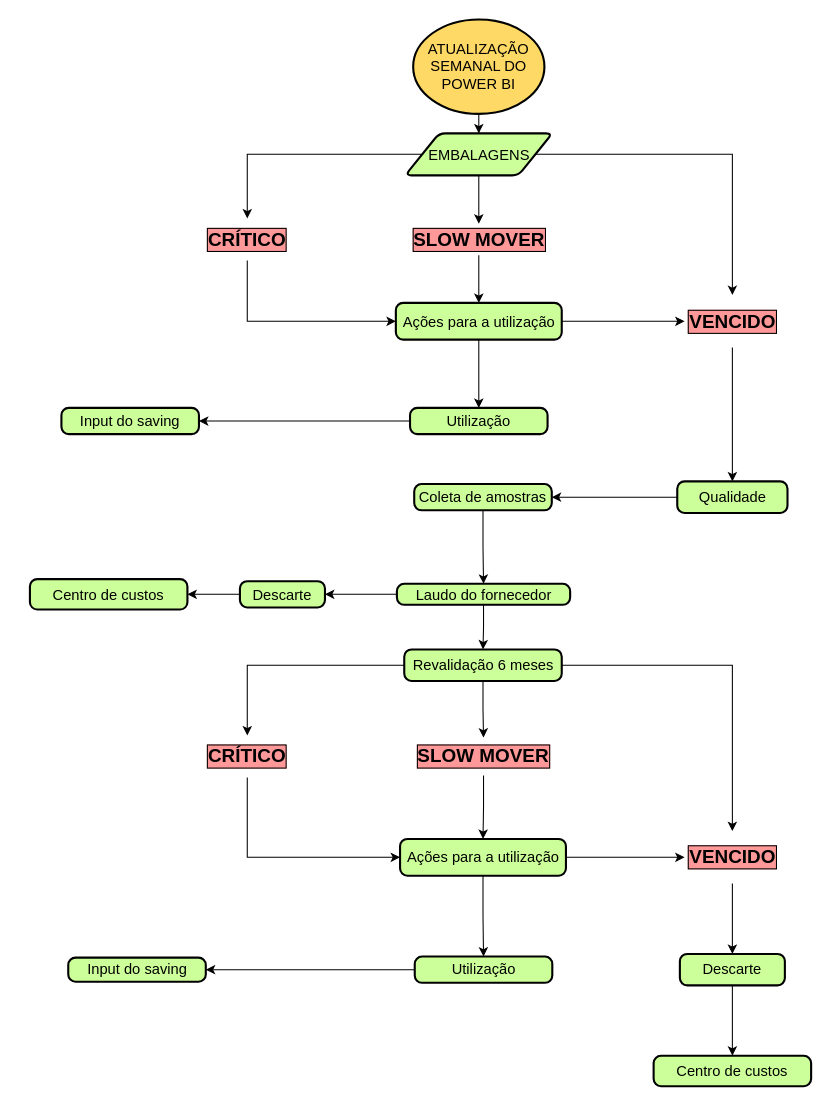
geovanafsantos/ascoisatudo keeps this draw.io diagram as page "Embalagens" (4 of 5) of Untitled Diagram.drawio. Above is the earlier version. Source tidied: cells renumbered, new cells numbered last; positions are measured from the earlier drawing's top-left corner, leaving out a move shared by most shapes. Both pictures are drawn from the tidied source at 105%, with x=0, y=0 at pixel (29, 19).
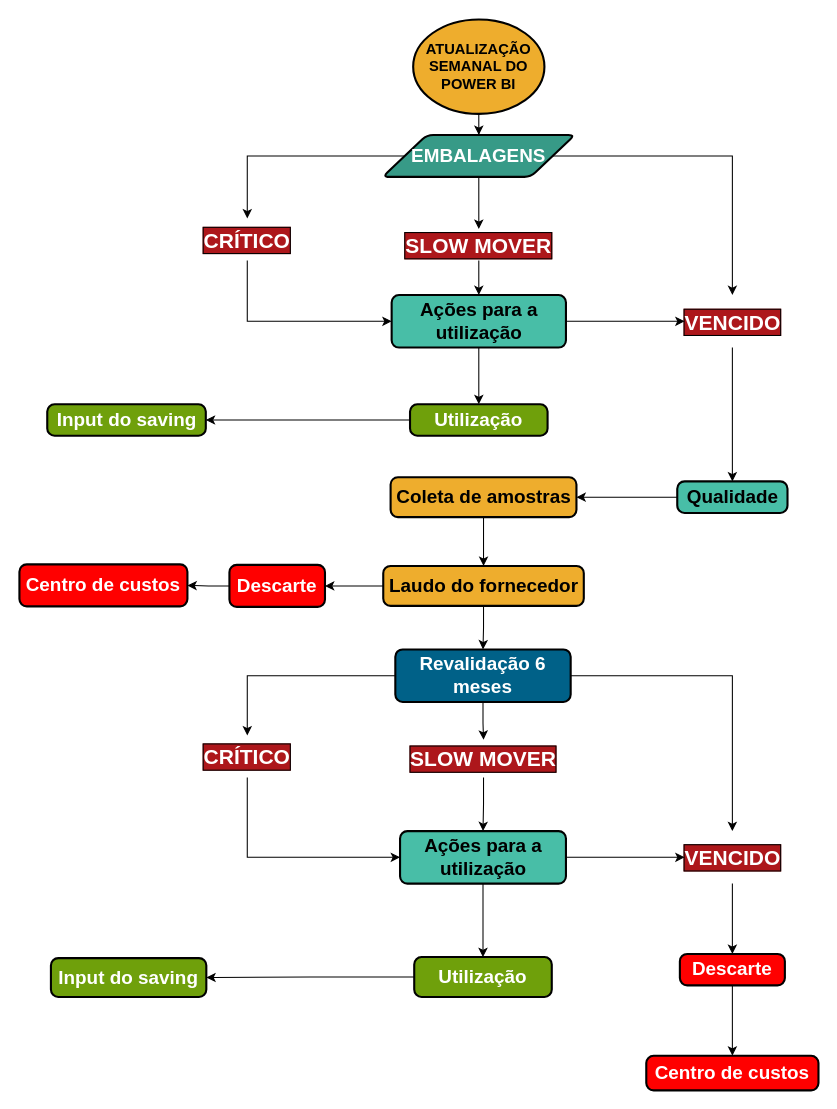
The same diagram, later.

What changed in the source:
```diff
@@
-    <mxCell id="3" value="&lt;font style=&quot;font-size: 14px&quot;&gt;ATUALIZAÇÃO SEMANAL DO POWER BI&lt;/font&gt;" style="strokeWidth=2;html=1;shape=mxgraph.flowchart.start_2;whiteSpace=wrap;fillColor=#FFD966;fontSize=14;" parent="1" vertex="1">
+    <mxCell id="3" value="&lt;font style=&quot;font-size: 14px&quot;&gt;ATUALIZAÇÃO SEMANAL DO POWER BI&lt;/font&gt;" style="strokeWidth=2;html=1;shape=mxgraph.flowchart.start_2;whiteSpace=wrap;fillColor=#EEAD2D;fontSize=14;fontStyle=1;" parent="1" vertex="1">
       <mxGeometry x="365" width="125" height="90" as="geometry" />
     </mxCell>
@@
-    <mxCell id="5" value="CRÍTICO" style="text;html=1;strokeColor=none;fillColor=none;align=center;verticalAlign=middle;whiteSpace=wrap;rounded=0;labelBackgroundColor=#FF9999;fontSize=18;labelBorderColor=#000000;fontStyle=1;" parent="1" vertex="1">
+    <mxCell id="5" value="CRÍTICO" style="text;html=1;strokeColor=none;fillColor=none;align=center;verticalAlign=middle;whiteSpace=wrap;rounded=0;labelBackgroundColor=#AD171B;fontSize=20;labelBorderColor=#000000;fontStyle=1;fontColor=#FFFFFF;" parent="1" vertex="1">
       <mxGeometry x="161" y="189.5" width="92" height="40" as="geometry" />
     </mxCell>
@@
-    <mxCell id="7" value="SLOW MOVER" style="text;html=1;strokeColor=none;fillColor=none;align=center;verticalAlign=middle;whiteSpace=wrap;rounded=0;labelBackgroundColor=#FF9999;fontSize=18;labelBorderColor=#000000;fontStyle=1;" parent="1" vertex="1">
-      <mxGeometry x="357.5" y="194.5" width="140" height="30" as="geometry" />
+    <mxCell id="7" value="SLOW MOVER" style="text;html=1;strokeColor=none;fillColor=none;align=center;verticalAlign=middle;whiteSpace=wrap;rounded=0;labelBackgroundColor=#AD171B;fontSize=20;labelBorderColor=#000000;fontStyle=1;fontColor=#FFFFFF;" parent="1" vertex="1">
+      <mxGeometry x="351" y="199.5" width="153" height="30" as="geometry" />
     </mxCell>
@@
-    <mxCell id="9" value="VENCIDO" style="text;html=1;strokeColor=none;fillColor=none;align=center;verticalAlign=middle;whiteSpace=wrap;rounded=0;labelBackgroundColor=#FF9999;fontSize=18;labelBorderColor=#000000;fontStyle=1;" parent="1" vertex="1">
+    <mxCell id="9" value="VENCIDO" style="text;html=1;strokeColor=none;fillColor=none;align=center;verticalAlign=middle;whiteSpace=wrap;rounded=0;labelBackgroundColor=#AD171B;fontSize=20;labelBorderColor=#000000;fontStyle=1;fontColor=#FFFFFF;" parent="1" vertex="1">
       <mxGeometry x="623.5" y="262.5" width="91" height="50" as="geometry" />
     </mxCell>
@@
-    <mxCell id="11" value="Qualidade" style="rounded=1;whiteSpace=wrap;html=1;absoluteArcSize=1;arcSize=14;strokeWidth=2;labelBackgroundColor=none;fontSize=14;fillColor=#CCFF99;" parent="1" vertex="1">
+    <mxCell id="11" value="Qualidade" style="rounded=1;whiteSpace=wrap;html=1;absoluteArcSize=1;arcSize=14;strokeWidth=2;labelBackgroundColor=none;fontSize=18;fillColor=#48BEA7;fontStyle=1;fontColor=#000000;" parent="1" vertex="1">
       <mxGeometry x="616.5" y="440" width="105" height="30" as="geometry" />
     </mxCell>
@@
-    <mxCell id="15" value="&lt;font style=&quot;font-size: 14px&quot;&gt;EMBALAGENS&lt;/font&gt;" style="shape=parallelogram;html=1;strokeWidth=2;perimeter=parallelogramPerimeter;whiteSpace=wrap;rounded=1;arcSize=12;size=0.23;fillColor=#CCFF99;fontSize=14;" parent="1" vertex="1">
-      <mxGeometry x="357.5" y="108.5" width="140" height="40" as="geometry" />
+    <mxCell id="15" value="&lt;font style=&quot;font-size: 18px;&quot;&gt;EMBALAGENS&lt;/font&gt;" style="shape=parallelogram;html=1;strokeWidth=2;perimeter=parallelogramPerimeter;whiteSpace=wrap;rounded=1;arcSize=12;size=0.23;fillColor=#379A87;fontSize=18;fontStyle=1;fontColor=#FFFFFF;" parent="1" vertex="1">
+      <mxGeometry x="336" y="110" width="183" height="40" as="geometry" />
     </mxCell>
@@
-    <mxCell id="17" value="Coleta de amostras" style="rounded=1;whiteSpace=wrap;html=1;absoluteArcSize=1;arcSize=14;strokeWidth=2;labelBackgroundColor=none;fontSize=14;fillColor=#CCFF99;" parent="1" vertex="1">
-      <mxGeometry x="366" y="442.5" width="131" height="25" as="geometry" />
+    <mxCell id="17" value="Coleta de amostras" style="rounded=1;whiteSpace=wrap;html=1;absoluteArcSize=1;arcSize=14;strokeWidth=2;labelBackgroundColor=none;fontSize=18;fillColor=#EEAD2D;fontStyle=1;" parent="1" vertex="1">
+      <mxGeometry x="343.5" y="436" width="177" height="38" as="geometry" />
     </mxCell>
@@
-    <mxCell id="20" value="Laudo do fornecedor" style="rounded=1;whiteSpace=wrap;html=1;absoluteArcSize=1;arcSize=14;strokeWidth=2;labelBackgroundColor=none;fontSize=14;fillColor=#CCFF99;" parent="1" vertex="1">
-      <mxGeometry x="349.5" y="537.5" width="165" height="20" as="geometry" />
+    <mxCell id="20" value="Laudo do fornecedor" style="rounded=1;whiteSpace=wrap;html=1;absoluteArcSize=1;arcSize=14;strokeWidth=2;labelBackgroundColor=none;fontSize=18;fillColor=#EEAD2D;fontStyle=1;" parent="1" vertex="1">
+      <mxGeometry x="336.5" y="520.5" width="191" height="38" as="geometry" />
     </mxCell>
-    <mxCell id="21" value="&lt;font style=&quot;font-size: 14px;&quot;&gt;Centro de custos&lt;/font&gt;" style="rounded=1;whiteSpace=wrap;html=1;absoluteArcSize=1;arcSize=14;strokeWidth=2;labelBackgroundColor=none;fontSize=14;fillColor=#CCFF99;" parent="1" vertex="1">
-      <mxGeometry y="533" width="150" height="29" as="geometry" />
+    <mxCell id="21" value="&lt;font style=&quot;font-size: 18px;&quot;&gt;Centro de custos&lt;/font&gt;" style="rounded=1;whiteSpace=wrap;html=1;absoluteArcSize=1;arcSize=14;strokeWidth=2;labelBackgroundColor=none;fontSize=18;fillColor=#FF0000;fontStyle=1;fontColor=#FFFFFF;" parent="1" vertex="1">
+      <mxGeometry x="-10" y="519" width="160" height="40" as="geometry" />
     </mxCell>
@@
-    <mxCell id="23" value="CRÍTICO" style="text;html=1;strokeColor=none;fillColor=none;align=center;verticalAlign=middle;whiteSpace=wrap;rounded=0;labelBackgroundColor=#FF9999;fontSize=18;labelBorderColor=#000000;fontStyle=1;" parent="1" vertex="1">
+    <mxCell id="23" value="CRÍTICO" style="text;html=1;strokeColor=none;fillColor=none;align=center;verticalAlign=middle;whiteSpace=wrap;rounded=0;labelBackgroundColor=#AD171B;fontSize=20;labelBorderColor=#000000;fontStyle=1;fontColor=#FFFFFF;" parent="1" vertex="1">
       <mxGeometry x="161" y="682" width="92" height="40" as="geometry" />
     </mxCell>
@@
-    <mxCell id="25" value="SLOW MOVER" style="text;html=1;strokeColor=none;fillColor=none;align=center;verticalAlign=middle;whiteSpace=wrap;rounded=0;labelBackgroundColor=#FF9999;fontSize=18;labelBorderColor=#000000;fontStyle=1;" parent="1" vertex="1">
-      <mxGeometry x="362" y="684" width="140" height="36" as="geometry" />
+    <mxCell id="25" value="SLOW MOVER" style="text;html=1;strokeColor=none;fillColor=none;align=center;verticalAlign=middle;whiteSpace=wrap;rounded=0;labelBackgroundColor=#AD171B;fontSize=20;labelBorderColor=#000000;fontStyle=1;fontColor=#FFFFFF;" parent="1" vertex="1">
+      <mxGeometry x="358" y="686" width="148" height="36" as="geometry" />
     </mxCell>
@@
-    <mxCell id="27" value="VENCIDO" style="text;html=1;strokeColor=none;fillColor=none;align=center;verticalAlign=middle;whiteSpace=wrap;rounded=0;labelBackgroundColor=#FF9999;fontSize=18;labelBorderColor=#000000;fontStyle=1;" parent="1" vertex="1">
+    <mxCell id="27" value="VENCIDO" style="text;html=1;strokeColor=none;fillColor=none;align=center;verticalAlign=middle;whiteSpace=wrap;rounded=0;labelBackgroundColor=#AD171B;fontSize=20;labelBorderColor=#000000;fontStyle=1;fontColor=#FFFFFF;" parent="1" vertex="1">
       <mxGeometry x="623.5" y="773" width="91" height="50" as="geometry" />
     </mxCell>
@@
-    <mxCell id="31" value="&lt;font style=&quot;font-size: 14px&quot;&gt;Revalidação 6 meses&lt;/font&gt;" style="rounded=1;whiteSpace=wrap;html=1;absoluteArcSize=1;arcSize=14;strokeWidth=2;labelBackgroundColor=none;fontSize=14;align=center;fillColor=#CCFF99;" parent="1" vertex="1">
-      <mxGeometry x="356.5" y="600" width="150" height="30" as="geometry" />
+    <mxCell id="31" value="&lt;font style=&quot;font-size: 18px;&quot;&gt;Revalidação 6 meses&lt;/font&gt;" style="rounded=1;whiteSpace=wrap;html=1;absoluteArcSize=1;arcSize=14;strokeWidth=2;labelBackgroundColor=none;fontSize=18;align=center;fillColor=#006188;fontStyle=1;fontColor=#FFFFFF;" parent="1" vertex="1">
+      <mxGeometry x="348" y="600" width="167" height="50" as="geometry" />
     </mxCell>
@@
-    <mxCell id="33" value="&lt;font style=&quot;font-size: 14px;&quot;&gt;Descarte&lt;br style=&quot;font-size: 14px;&quot;&gt;&lt;/font&gt;" style="rounded=1;whiteSpace=wrap;html=1;absoluteArcSize=1;arcSize=14;strokeWidth=2;labelBackgroundColor=none;fontSize=14;align=center;fillColor=#CCFF99;" parent="1" vertex="1">
-      <mxGeometry x="200" y="535" width="81" height="25" as="geometry" />
+    <mxCell id="33" value="&lt;font style=&quot;font-size: 18px;&quot;&gt;Descarte&lt;br style=&quot;font-size: 18px;&quot;&gt;&lt;/font&gt;" style="rounded=1;whiteSpace=wrap;html=1;absoluteArcSize=1;arcSize=14;strokeWidth=2;labelBackgroundColor=none;fontSize=18;align=center;fillColor=#FF0000;fontStyle=1;fontColor=#FFFFFF;" parent="1" vertex="1">
+      <mxGeometry x="190" y="519.5" width="91" height="40" as="geometry" />
     </mxCell>
@@
-    <mxCell id="35" value="&lt;font style=&quot;font-size: 14px;&quot;&gt;Descarte&lt;br style=&quot;font-size: 14px;&quot;&gt;&lt;/font&gt;" style="rounded=1;whiteSpace=wrap;html=1;absoluteArcSize=1;arcSize=14;strokeWidth=2;labelBackgroundColor=none;fontSize=14;align=center;fillColor=#CCFF99;" parent="1" vertex="1">
+    <mxCell id="35" value="&lt;font style=&quot;font-size: 18px;&quot;&gt;Descarte&lt;br style=&quot;font-size: 18px;&quot;&gt;&lt;/font&gt;" style="rounded=1;whiteSpace=wrap;html=1;absoluteArcSize=1;arcSize=14;strokeWidth=2;labelBackgroundColor=none;fontSize=18;align=center;fillColor=#FF0000;fontStyle=1;fontColor=#FFFFFF;" parent="1" vertex="1">
       <mxGeometry x="619" y="890" width="100" height="30" as="geometry" />
     </mxCell>
-    <mxCell id="36" value="&lt;font style=&quot;font-size: 14px;&quot;&gt;Centro de custos&lt;/font&gt;" style="rounded=1;whiteSpace=wrap;html=1;absoluteArcSize=1;arcSize=14;strokeWidth=2;labelBackgroundColor=none;fontSize=14;fillColor=#CCFF99;" parent="1" vertex="1">
-      <mxGeometry x="594" y="987" width="150" height="29" as="geometry" />
+    <mxCell id="36" value="&lt;font style=&quot;font-size: 18px;&quot;&gt;Centro de custos&lt;/font&gt;" style="rounded=1;whiteSpace=wrap;html=1;absoluteArcSize=1;arcSize=14;strokeWidth=2;labelBackgroundColor=none;fontSize=18;fillColor=#FF0000;fontStyle=1;fontColor=#FFFFFF;" parent="1" vertex="1">
+      <mxGeometry x="587" y="987" width="164" height="33" as="geometry" />
     </mxCell>
@@
-    <mxCell id="39" value="Ações para a utilização" style="rounded=1;whiteSpace=wrap;html=1;absoluteArcSize=1;arcSize=14;strokeWidth=2;labelBackgroundColor=none;fontSize=14;fillColor=#CCFF99;" parent="1" vertex="1">
-      <mxGeometry x="348.5" y="270" width="158" height="35" as="geometry" />
+    <mxCell id="39" value="Ações para a utilização" style="rounded=1;whiteSpace=wrap;html=1;absoluteArcSize=1;arcSize=14;strokeWidth=2;labelBackgroundColor=none;fontSize=18;fillColor=#48BEA7;fontStyle=1;fontColor=#000000;" parent="1" vertex="1">
+      <mxGeometry x="344.5" y="262.5" width="166" height="50" as="geometry" />
     </mxCell>
@@
-    <mxCell id="41" value="Utilização" style="rounded=1;whiteSpace=wrap;html=1;absoluteArcSize=1;arcSize=14;strokeWidth=2;labelBackgroundColor=none;fontSize=14;fillColor=#CCFF99;" parent="1" vertex="1">
-      <mxGeometry x="362" y="370" width="131" height="25" as="geometry" />
+    <mxCell id="41" value="Utilização" style="rounded=1;whiteSpace=wrap;html=1;absoluteArcSize=1;arcSize=14;strokeWidth=2;labelBackgroundColor=none;fontSize=18;fillColor=#6FA00B;fontStyle=1;fontColor=#FFFFFF;" parent="1" vertex="1">
+      <mxGeometry x="362" y="366.5" width="131" height="30" as="geometry" />
     </mxCell>
-    <mxCell id="42" value="Input do saving" style="rounded=1;whiteSpace=wrap;html=1;absoluteArcSize=1;arcSize=14;strokeWidth=2;labelBackgroundColor=none;fontSize=14;fillColor=#CCFF99;" parent="1" vertex="1">
-      <mxGeometry x="30" y="370" width="131" height="25" as="geometry" />
+    <mxCell id="42" value="Input do saving" style="rounded=1;whiteSpace=wrap;html=1;absoluteArcSize=1;arcSize=14;strokeWidth=2;labelBackgroundColor=none;fontSize=18;fillColor=#6FA00B;fontStyle=1;fontColor=#FFFFFF;" parent="1" vertex="1">
+      <mxGeometry x="16.5" y="366.5" width="151" height="30" as="geometry" />
     </mxCell>
@@
-    <mxCell id="45" value="Ações para a utilização" style="rounded=1;whiteSpace=wrap;html=1;absoluteArcSize=1;arcSize=14;strokeWidth=2;labelBackgroundColor=none;fontSize=14;fillColor=#CCFF99;" parent="1" vertex="1">
-      <mxGeometry x="352.5" y="780.5" width="158" height="35" as="geometry" />
+    <mxCell id="45" value="Ações para a utilização" style="rounded=1;whiteSpace=wrap;html=1;absoluteArcSize=1;arcSize=14;strokeWidth=2;labelBackgroundColor=none;fontSize=18;fillColor=#48BEA7;fontStyle=1;fontColor=#000000;" parent="1" vertex="1">
+      <mxGeometry x="352.5" y="773" width="158" height="50" as="geometry" />
     </mxCell>
@@
-    <mxCell id="47" value="Utilização" style="rounded=1;whiteSpace=wrap;html=1;absoluteArcSize=1;arcSize=14;strokeWidth=2;labelBackgroundColor=none;fontSize=14;fillColor=#CCFF99;" parent="1" vertex="1">
-      <mxGeometry x="366.5" y="892.5" width="131" height="25" as="geometry" />
+    <mxCell id="47" value="Utilização" style="rounded=1;whiteSpace=wrap;html=1;absoluteArcSize=1;arcSize=14;strokeWidth=2;labelBackgroundColor=none;fontSize=18;fillColor=#6FA00B;fontStyle=1;fontColor=#FFFFFF;" parent="1" vertex="1">
+      <mxGeometry x="366" y="893" width="131" height="38" as="geometry" />
     </mxCell>
-    <mxCell id="48" value="Input do saving" style="rounded=1;whiteSpace=wrap;html=1;absoluteArcSize=1;arcSize=14;strokeWidth=2;labelBackgroundColor=none;fontSize=14;fillColor=#CCFF99;" parent="1" vertex="1">
-      <mxGeometry x="36.5" y="893.5" width="131" height="23" as="geometry" />
+    <mxCell id="48" value="Input do saving" style="rounded=1;whiteSpace=wrap;html=1;absoluteArcSize=1;arcSize=14;strokeWidth=2;labelBackgroundColor=none;fontSize=18;fillColor=#6FA00B;fontStyle=1;fontColor=#FFFFFF;" parent="1" vertex="1">
+      <mxGeometry x="20" y="894" width="148" height="37" as="geometry" />
     </mxCell>
```
